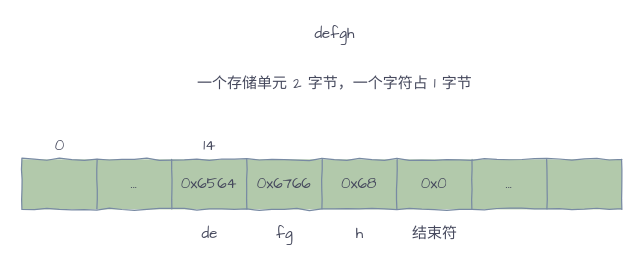
The draw.io diagram page "demo-5-mode2" (33 of 36) of vm.drawio in silan-liu/drawio, before the edit. Source tidied: cells renumbered, new cells numbered last; positions are measured from the earlier drawing's top-left corner, leaving out a move shared by most shapes. Both pictures are drawn from the tidied source at 125%, with x=0, y=0 at pixel (21, 21).
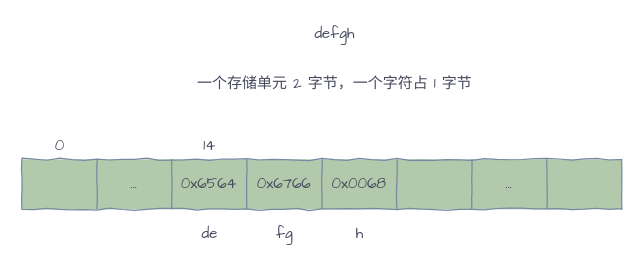
Above is the later version.

The edit, as a diff of the source:
```diff
@@
 <mxGraphModel>
   <root>
     <mxCell id="0" />
     <mxCell id="1" parent="0" />
     <mxCell id="2" style="shape=table;html=1;whiteSpace=wrap;startSize=0;childLayout=tableLayout;comic=1;fillColor=#B2C9AB;strokeColor=#788AA3;fontColor=#46495D;fontFamily=Architects Daughter;" parent="1" vertex="1">
       <mxGeometry y="110" width="480" height="40" as="geometry" />
     </mxCell>
     <mxCell id="3" style="shape=partialRectangle;html=1;whiteSpace=wrap;fillColor=none;top=0;left=0;bottom=0;right=0;strokeColor=#788AA3;fontColor=#46495D;fontFamily=Architects Daughter;" parent="2" vertex="1">
       <mxGeometry width="480" height="40" as="geometry" />
     </mxCell>
     <mxCell id="4" style="shape=partialRectangle;html=1;whiteSpace=wrap;overflow=hidden;fillColor=none;top=0;left=0;bottom=0;right=0;strokeColor=#788AA3;fontColor=#46495D;fontFamily=Architects Daughter;" parent="3" vertex="1">
       <mxGeometry width="60" height="40" as="geometry" />
     </mxCell>
     <mxCell id="5" value="..." style="shape=partialRectangle;html=1;whiteSpace=wrap;overflow=hidden;fillColor=none;top=0;left=0;bottom=0;right=0;strokeColor=#788AA3;fontColor=#46495D;fontFamily=Architects Daughter;" parent="3" vertex="1">
       <mxGeometry x="60" width="60" height="40" as="geometry" />
     </mxCell>
     <mxCell id="6" value="0x6564" style="shape=partialRectangle;html=1;whiteSpace=wrap;overflow=hidden;fillColor=none;top=0;left=0;bottom=0;right=0;strokeColor=#788AA3;fontColor=#46495D;fontFamily=Architects Daughter;" parent="3" vertex="1">
       <mxGeometry x="120" width="60" height="40" as="geometry" />
     </mxCell>
     <mxCell id="7" value="0x6766" style="shape=partialRectangle;html=1;whiteSpace=wrap;overflow=hidden;fillColor=none;top=0;left=0;bottom=0;right=0;strokeColor=#788AA3;fontColor=#46495D;fontFamily=Architects Daughter;" parent="3" vertex="1">
       <mxGeometry x="180" width="60" height="40" as="geometry" />
     </mxCell>
-    <mxCell id="8" value="0x68" style="shape=partialRectangle;html=1;whiteSpace=wrap;overflow=hidden;fillColor=none;top=0;left=0;bottom=0;right=0;strokeColor=#788AA3;fontColor=#46495D;fontFamily=Architects Daughter;" parent="3" vertex="1">
+    <mxCell id="8" value="0x0068" style="shape=partialRectangle;html=1;whiteSpace=wrap;overflow=hidden;fillColor=none;top=0;left=0;bottom=0;right=0;strokeColor=#788AA3;fontColor=#46495D;fontFamily=Architects Daughter;" parent="3" vertex="1">
       <mxGeometry x="240" width="60" height="40" as="geometry" />
     </mxCell>
-    <mxCell id="9" value="0x0" style="shape=partialRectangle;html=1;whiteSpace=wrap;overflow=hidden;fillColor=none;top=0;left=0;bottom=0;right=0;strokeColor=#788AA3;fontColor=#46495D;fontFamily=Architects Daughter;" parent="3" vertex="1">
+    <mxCell id="9" style="shape=partialRectangle;html=1;whiteSpace=wrap;overflow=hidden;fillColor=none;top=0;left=0;bottom=0;right=0;strokeColor=#788AA3;fontColor=#46495D;fontFamily=Architects Daughter;" parent="3" vertex="1">
       <mxGeometry x="300" width="60" height="40" as="geometry" />
     </mxCell>
     <mxCell id="10" value="..." style="shape=partialRectangle;html=1;whiteSpace=wrap;overflow=hidden;fillColor=none;top=0;left=0;bottom=0;right=0;strokeColor=#788AA3;fontColor=#46495D;fontFamily=Architects Daughter;" parent="3" vertex="1">
       <mxGeometry x="360" width="60" height="40" as="geometry" />
     </mxCell>
     <mxCell id="11" style="shape=partialRectangle;html=1;whiteSpace=wrap;overflow=hidden;fillColor=none;top=0;left=0;bottom=0;right=0;strokeColor=#788AA3;fontColor=#46495D;fontFamily=Architects Daughter;" parent="3" vertex="1">
       <mxGeometry x="420" width="60" height="40" as="geometry" />
     </mxCell>
     <mxCell id="12" value="0" style="text;html=1;align=center;verticalAlign=middle;fontFamily=Architects Daughter;fontColor=#46495D;" parent="1" vertex="1">
       <mxGeometry x="20" y="90" width="20" height="20" as="geometry" />
     </mxCell>
     <mxCell id="13" value="14" style="text;html=1;align=center;verticalAlign=middle;fontFamily=Architects Daughter;fontColor=#46495D;" parent="1" vertex="1">
       <mxGeometry x="135" y="90" width="30" height="20" as="geometry" />
     </mxCell>
     <mxCell id="14" value="de" style="text;html=1;align=center;verticalAlign=middle;fontFamily=Architects Daughter;fontColor=#46495D;" parent="1" vertex="1">
       <mxGeometry x="135" y="160" width="30" height="20" as="geometry" />
     </mxCell>
     <mxCell id="15" value="fg" style="text;html=1;align=center;verticalAlign=middle;fontFamily=Architects Daughter;fontColor=#46495D;" parent="1" vertex="1">
       <mxGeometry x="195" y="160" width="30" height="20" as="geometry" />
     </mxCell>
     <mxCell id="16" value="h" style="text;html=1;align=center;verticalAlign=middle;fontFamily=Architects Daughter;fontColor=#46495D;" parent="1" vertex="1">
       <mxGeometry x="260" y="160" width="20" height="20" as="geometry" />
     </mxCell>
-    <mxCell id="17" value="结束符" style="text;html=1;align=center;verticalAlign=middle;fontFamily=Architects Daughter;fontColor=#46495D;" parent="1" vertex="1">
-      <mxGeometry x="305" y="160" width="50" height="20" as="geometry" />
-    </mxCell>
     <mxCell id="18" value="一个存储单元 2 字节，一个字符占 1 字节" style="text;html=1;align=center;verticalAlign=middle;fontFamily=Architects Daughter;fontColor=#46495D;" parent="1" vertex="1">
       <mxGeometry x="130" y="40" width="240" height="20" as="geometry" />
     </mxCell>
     <mxCell id="19" value="defgh" style="text;html=1;align=center;verticalAlign=middle;fontFamily=Architects Daughter;fontColor=#46495D;" parent="1" vertex="1">
       <mxGeometry x="225" width="50" height="20" as="geometry" />
     </mxCell>
   </root>
 </mxGraphModel>
```
